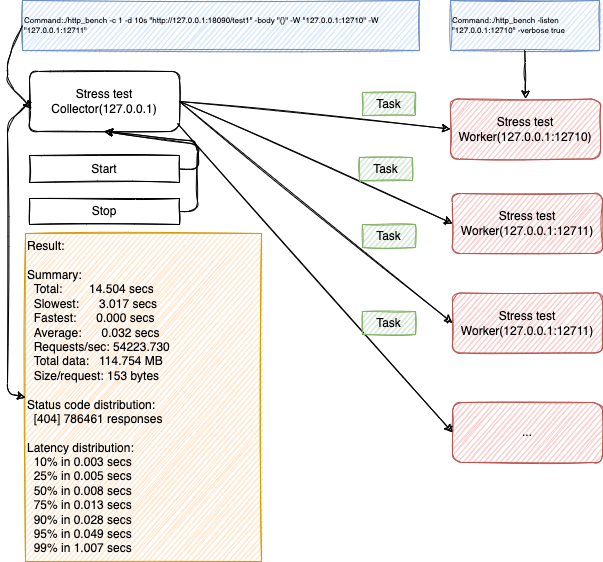
Above: arch.png in linkxzhou/http_bench (draw.io), before the change. Source tidied: cells renumbered, new cells last; positions are measured from the earlier drawing's top-left corner, leaving out a move shared by most shapes.
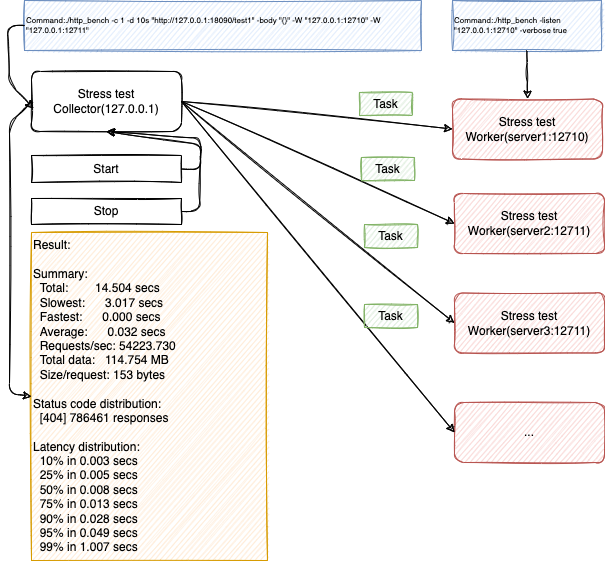
The same diagram one commit later.

What changed in the source:
```diff
@@ -5,13 +5,13 @@
     <mxCell id="2" value="Stress test Collector(127.0.0.1)" style="rounded=1;whiteSpace=wrap;html=1;sketch=1;" parent="1" vertex="1">
       <mxGeometry x="22" y="71" width="150" height="60" as="geometry" />
     </mxCell>
-    <mxCell id="3" value="Stress test Worker(127.0.0.1:12710)" style="rounded=1;whiteSpace=wrap;html=1;sketch=1;fillColor=#f8cecc;strokeColor=#b85450;" parent="1" vertex="1">
+    <mxCell id="3" value="Stress test Worker(server1:12710)" style="rounded=1;whiteSpace=wrap;html=1;sketch=1;fillColor=#f8cecc;strokeColor=#b85450;" parent="1" vertex="1">
       <mxGeometry x="443" y="98.5" width="150" height="60" as="geometry" />
     </mxCell>
-    <mxCell id="4" value="Stress test Worker(127.0.0.1:12711)" style="rounded=1;whiteSpace=wrap;html=1;sketch=1;fillColor=#f8cecc;strokeColor=#b85450;" parent="1" vertex="1">
+    <mxCell id="4" value="Stress test Worker(server2:12711)" style="rounded=1;whiteSpace=wrap;html=1;sketch=1;fillColor=#f8cecc;strokeColor=#b85450;" parent="1" vertex="1">
       <mxGeometry x="445" y="193" width="150" height="60" as="geometry" />
     </mxCell>
-    <mxCell id="5" value="Stress test Worker(127.0.0.1:12711)" style="rounded=1;whiteSpace=wrap;html=1;shadow=0;sketch=1;fillColor=#f8cecc;strokeColor=#b85450;" parent="1" vertex="1">
+    <mxCell id="5" value="Stress test Worker(server3:12711)" style="rounded=1;whiteSpace=wrap;html=1;shadow=0;sketch=1;fillColor=#f8cecc;strokeColor=#b85450;" parent="1" vertex="1">
       <mxGeometry x="445" y="292.5" width="150" height="60" as="geometry" />
     </mxCell>
     <mxCell id="6" style="endArrow=classic;html=1;rounded=0;exitX=1;exitY=0.5;exitDx=0;exitDy=0;entryX=0;entryY=0.5;entryDx=0;entryDy=0;sketch=1;" parent="1" edge="1" source="2" target="3">
@@ -41,12 +41,12 @@
       <mxGeometry relative="1" as="geometry">
         <Array as="points">
           <mxPoint x="190" y="211" />
-          <mxPoint x="190" y="141" />
+          <mxPoint x="192" y="138" />
         </Array>
       </mxGeometry>
     </mxCell>
     <mxCell id="13" value="&lt;span&gt;Result:&lt;br&gt;&lt;br&gt;Summary:&lt;/span&gt;&lt;div&gt;&amp;nbsp; Total:&amp;nbsp; &amp;nbsp; &amp;nbsp; &amp;nbsp; 14.504 secs&lt;/div&gt;&lt;div&gt;&amp;nbsp; Slowest:&amp;nbsp; &amp;nbsp; &amp;nbsp; 3.017 secs&lt;/div&gt;&lt;div&gt;&amp;nbsp; Fastest:&amp;nbsp; &amp;nbsp; &amp;nbsp; 0.000 secs&lt;/div&gt;&lt;div&gt;&amp;nbsp; Average:&amp;nbsp; &amp;nbsp; &amp;nbsp; 0.032 secs&lt;/div&gt;&lt;div&gt;&amp;nbsp; Requests/sec: 54223.730&lt;/div&gt;&lt;div&gt;&amp;nbsp; Total data:&amp;nbsp; &amp;nbsp;114.754 MB&lt;/div&gt;&lt;div&gt;&amp;nbsp; Size/request: 153 bytes&lt;/div&gt;&lt;div&gt;&lt;br&gt;&lt;/div&gt;&lt;div&gt;Status code distribution:&lt;/div&gt;&lt;div&gt;&amp;nbsp; [404] 786461 responses&lt;/div&gt;&lt;div&gt;&lt;br&gt;&lt;/div&gt;&lt;div&gt;Latency distribution:&lt;/div&gt;&lt;div&gt;&amp;nbsp; 10% in 0.003 secs&lt;/div&gt;&lt;div&gt;&amp;nbsp; 25% in 0.005 secs&lt;/div&gt;&lt;div&gt;&amp;nbsp; 50% in 0.008 secs&lt;/div&gt;&lt;div&gt;&amp;nbsp; 75% in 0.013 secs&lt;/div&gt;&lt;div&gt;&amp;nbsp; 90% in 0.028 secs&lt;/div&gt;&lt;div&gt;&amp;nbsp; 95% in 0.049 secs&lt;/div&gt;&lt;div&gt;&amp;nbsp; 99% in 1.007 secs&lt;/div&gt;" style="rounded=0;whiteSpace=wrap;html=1;sketch=1;align=left;fillColor=#ffe6cc;strokeColor=#d79b00;" parent="1" vertex="1">
-      <mxGeometry x="18" y="233" width="236" height="328" as="geometry" />
+      <mxGeometry x="22" y="232" width="236" height="328" as="geometry" />
     </mxCell>
     <mxCell id="14" style="endArrow=classic;html=1;rounded=1;sketch=1;curved=0;exitX=0;exitY=0.5;exitDx=0;exitDy=0;entryX=0;entryY=0.5;entryDx=0;entryDy=0;" parent="1" edge="1" source="2" target="13">
       <mxGeometry relative="1" as="geometry">
@@ -59,10 +59,8 @@
     <mxCell id="15" value="..." style="rounded=1;whiteSpace=wrap;html=1;shadow=0;sketch=1;fillColor=#f8cecc;strokeColor=#b85450;" parent="1" vertex="1">
       <mxGeometry x="445" y="402" width="150" height="60" as="geometry" />
     </mxCell>
-    <mxCell id="16" style="endArrow=classic;html=1;rounded=1;sketch=1;curved=0;entryX=0;entryY=0.5;entryDx=0;entryDy=0;" parent="1" edge="1" target="15">
-      <mxGeometry relative="1" as="geometry">
-        <mxPoint x="170" y="123" as="sourcePoint" />
-      </mxGeometry>
+    <mxCell id="16" style="endArrow=classic;html=1;rounded=1;sketch=1;curved=0;entryX=0;entryY=0.5;entryDx=0;entryDy=0;exitX=1;exitY=0.5;exitDx=0;exitDy=0;" parent="1" edge="1" source="2" target="15">
+      <mxGeometry relative="1" as="geometry" />
     </mxCell>
     <mxCell id="17" value="Command:./http_bench -c 1 -d 10s &quot;http://127.0.0.1:18090/test1&quot; -body &quot;{}&quot; -W &quot;127.0.0.1:12710&quot; -W &quot;127.0.0.1:12711&quot;" style="rounded=0;whiteSpace=wrap;html=1;sketch=1;fontSize=8;fillColor=#dae8fc;strokeColor=#6c8ebf;align=left;" parent="1" vertex="1">
       <mxGeometry x="15" width="397" height="50" as="geometry" />
@@ -73,7 +71,7 @@
     <mxCell id="19" style="endArrow=classic;html=1;rounded=1;sketch=1;fontSize=8;curved=0;exitX=0;exitY=0.5;exitDx=0;exitDy=0;entryX=0.013;entryY=0.617;entryDx=0;entryDy=0;entryPerimeter=0;" parent="1" edge="1" source="17" target="2">
       <mxGeometry relative="1" as="geometry">
         <Array as="points">
-          <mxPoint y="58" />
+          <mxPoint x="-2" y="25" />
           <mxPoint y="83" />
         </Array>
       </mxGeometry>
@@ -86,7 +84,7 @@
       </mxGeometry>
     </mxCell>
     <mxCell id="21" value="Task" style="rounded=0;whiteSpace=wrap;html=1;fillColor=#d5e8d4;strokeColor=#82b366;sketch=1;" parent="1" vertex="1">
-      <mxGeometry x="355" y="92" width="53" height="23" as="geometry" />
+      <mxGeometry x="350" y="92" width="53" height="23" as="geometry" />
     </mxCell>
     <mxCell id="22" value="Task" style="rounded=0;whiteSpace=wrap;html=1;fillColor=#d5e8d4;strokeColor=#82b366;sketch=1;" parent="1" vertex="1">
       <mxGeometry x="352" y="157" width="53" height="23" as="geometry" />
@@ -95,7 +93,7 @@
       <mxGeometry x="355" y="224" width="53" height="23" as="geometry" />
     </mxCell>
     <mxCell id="24" value="Task" style="rounded=0;whiteSpace=wrap;html=1;fillColor=#d5e8d4;strokeColor=#82b366;sketch=1;" parent="1" vertex="1">
-      <mxGeometry x="355" y="311" width="53" height="23" as="geometry" />
+      <mxGeometry x="355" y="304" width="53" height="23" as="geometry" />
     </mxCell>
   </root>
 </mxGraphModel>
```
